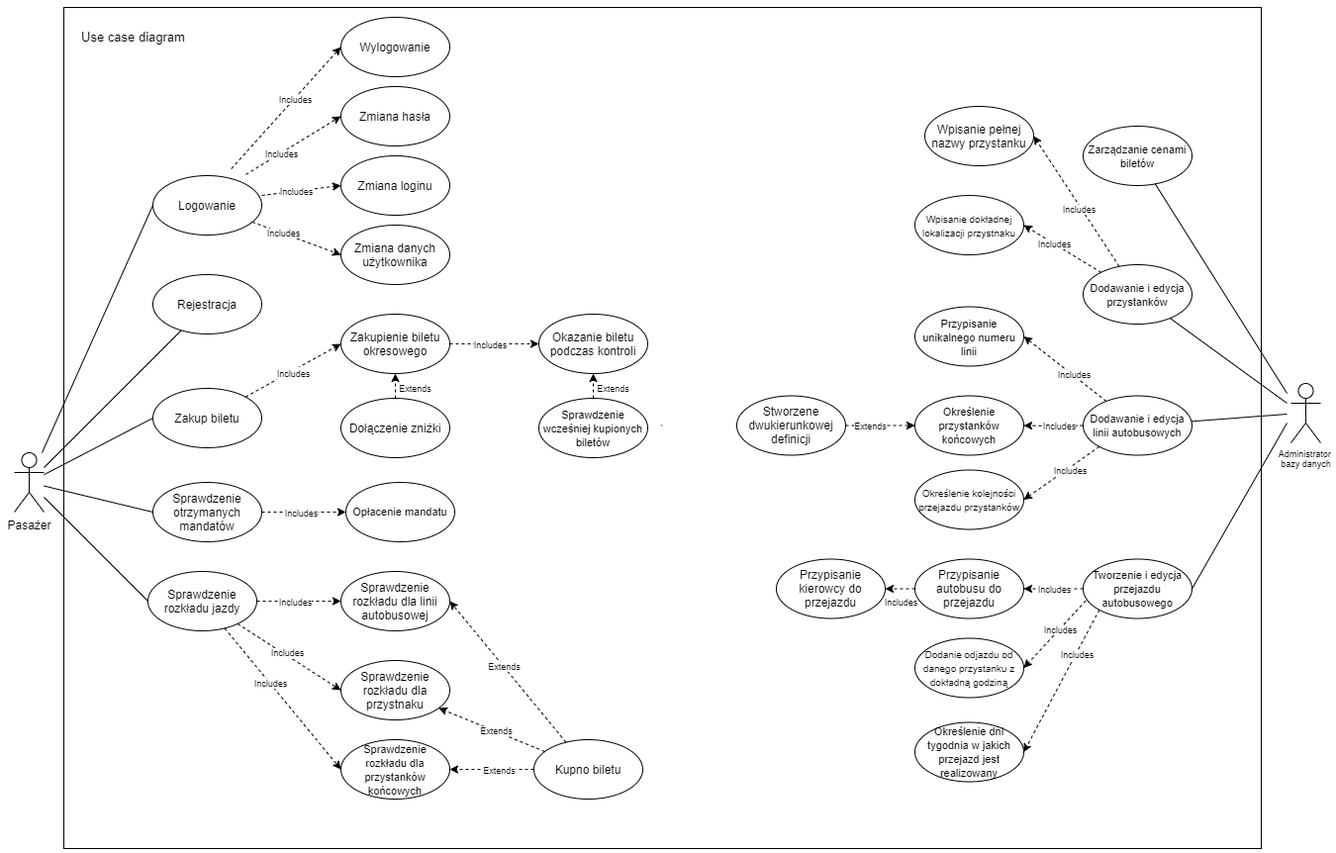
This is sql/use-case.png from lukasz-ciskowski/lm-transport, a draw.io export, as it was before one commit. Source tidied: cells renumbered, new cells last; positions are measured from the earlier drawing's top-left corner, leaving out a move shared by most shapes.
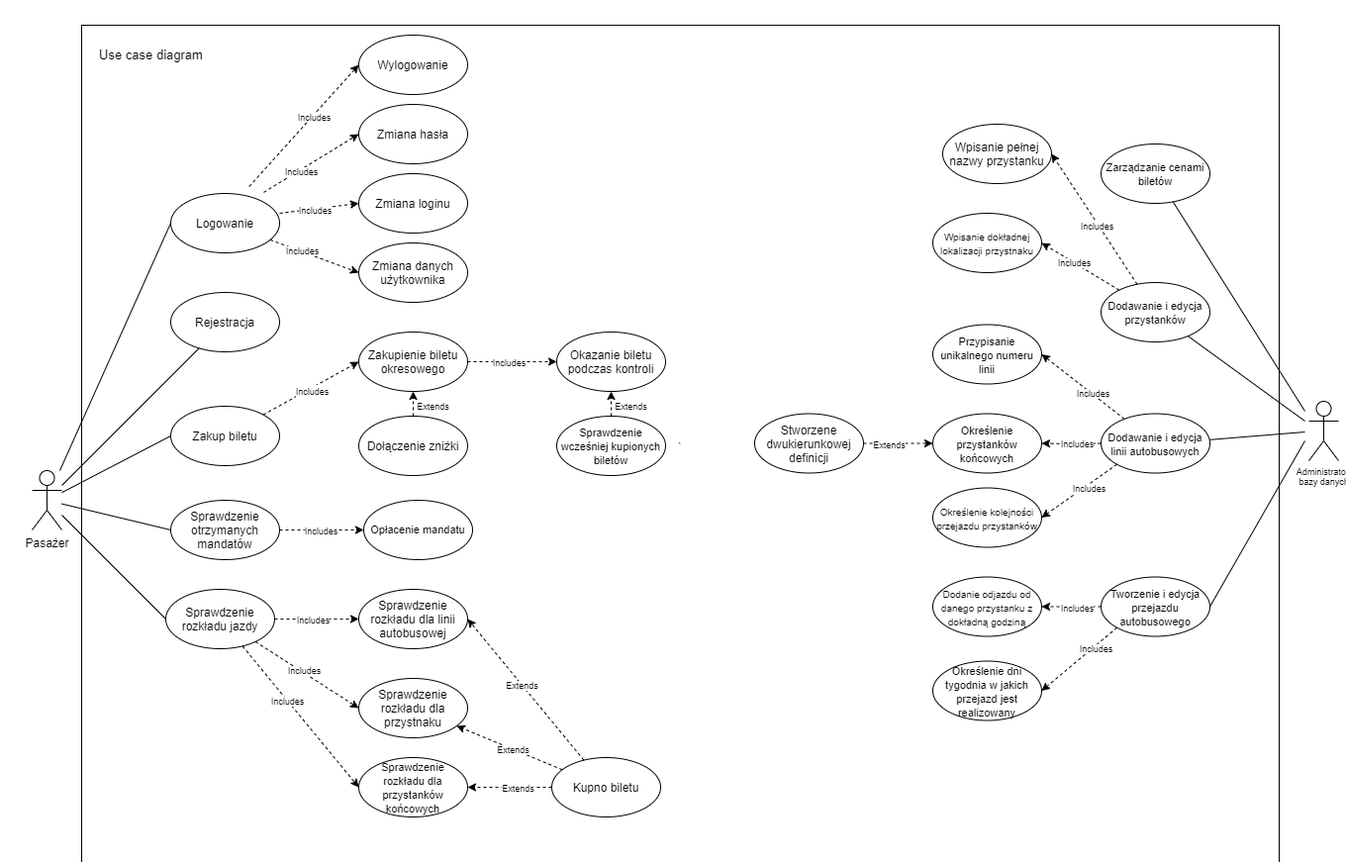
After the change.

Diff of the diagram source:
```diff
@@ -254,20 +254,12 @@
     <mxCell id="75" value="&lt;font style=&quot;font-size: 10px&quot;&gt;Wpisanie dokładnej lokalizacji przystnaku&lt;/font&gt;" style="ellipse;whiteSpace=wrap;html=1;fillColor=none;" parent="1" vertex="1">
       <mxGeometry x="910" y="190" width="110" height="60" as="geometry" />
     </mxCell>
-    <mxCell id="76" style="edgeStyle=none;rounded=0;jettySize=auto;html=1;entryX=1;entryY=0.5;entryDx=0;entryDy=0;dashed=1;endArrow=classic;endFill=1;fontSize=9;exitX=0.025;exitY=0.699;exitDx=0;exitDy=0;exitPerimeter=0;" parent="1" edge="1" source="83" target="87">
+    <mxCell id="76" style="edgeStyle=none;rounded=0;jettySize=auto;html=1;entryX=1;entryY=0.5;entryDx=0;entryDy=0;dashed=1;endArrow=classic;endFill=1;fontSize=9;exitX=0;exitY=0.5;exitDx=0;exitDy=0;" parent="1" edge="1" source="83" target="87">
       <mxGeometry relative="1" as="geometry" />
     </mxCell>
     <mxCell id="77" value="Includes" style="edgeLabel;html=1;align=center;verticalAlign=middle;fontSize=9;" parent="76" vertex="1">
       <mxGeometry x="-0.15" relative="1" as="geometry" />
     </mxCell>
-    <mxCell id="78" style="edgeStyle=none;rounded=0;jettySize=auto;html=1;entryX=1;entryY=0.5;entryDx=0;entryDy=0;dashed=1;endArrow=classic;endFill=1;fontSize=9;" parent="1" edge="1" source="83" target="86">
-      <mxGeometry relative="1" as="geometry" />
-    </mxCell>
-    <mxCell id="79" value="Includes" style="edgeLabel;html=1;align=center;verticalAlign=middle;fontSize=9;" parent="78" vertex="1">
-      <mxGeometry x="0.15" y="1" relative="1" as="geometry">
-        <mxPoint x="4.4" y="-1" as="offset" />
-      </mxGeometry>
-    </mxCell>
     <mxCell id="80" style="edgeStyle=none;rounded=0;jettySize=auto;html=1;exitX=0;exitY=1;exitDx=0;exitDy=0;entryX=1;entryY=0.5;entryDx=0;entryDy=0;dashed=1;endArrow=classic;endFill=1;fontSize=9;" parent="1" edge="1" source="83" target="93">
       <mxGeometry relative="1" as="geometry" />
     </mxCell>
@@ -282,19 +274,8 @@
     <mxCell id="83" value="&lt;span style=&quot;font-size: 11px&quot;&gt;Tworzenie i edycja przejazdu autobusowego&lt;/span&gt;" style="ellipse;whiteSpace=wrap;html=1;fillColor=none;" parent="1" vertex="1">
       <mxGeometry x="1080" y="557.5" width="110" height="60" as="geometry" />
     </mxCell>
-    <mxCell id="84" style="edgeStyle=none;rounded=0;jettySize=auto;html=1;dashed=1;endArrow=classic;endFill=1;fontSize=9;" parent="1" edge="1" source="86" target="92">
-      <mxGeometry relative="1" as="geometry" />
-    </mxCell>
-    <mxCell id="85" value="Includes" style="edgeLabel;html=1;align=center;verticalAlign=middle;fontSize=9;" parent="84" vertex="1">
-      <mxGeometry x="-0.25" y="1" relative="1" as="geometry">
-        <mxPoint x="-3" y="11.5" as="offset" />
-      </mxGeometry>
-    </mxCell>
-    <mxCell id="86" value="&lt;font style=&quot;font-size: 12px&quot;&gt;Przypisanie autobusu do przejazdu&lt;/font&gt;" style="ellipse;whiteSpace=wrap;html=1;fillColor=none;" parent="1" vertex="1">
-      <mxGeometry x="910" y="557.5" width="110" height="60" as="geometry" />
-    </mxCell>
     <mxCell id="87" value="&lt;font style=&quot;font-size: 10px&quot;&gt;Dodanie odjazdu od danego przystanku z dokładną godziną&lt;/font&gt;" style="ellipse;whiteSpace=wrap;html=1;fillColor=none;" parent="1" vertex="1">
-      <mxGeometry x="910" y="637.5" width="110" height="60" as="geometry" />
+      <mxGeometry x="910" y="557.5" width="110" height="60" as="geometry" />
     </mxCell>
     <mxCell id="88" value="&lt;font style=&quot;font-size: 10px&quot;&gt;Określenie kolejności przejazdu przystanków&lt;/font&gt;" style="ellipse;whiteSpace=wrap;html=1;fillColor=none;" parent="1" vertex="1">
       <mxGeometry x="910" y="467.5" width="110" height="60" as="geometry" />
@@ -310,11 +291,8 @@
     <mxCell id="91" value="&lt;font style=&quot;font-size: 12px&quot;&gt;Stworzene dwukierunkowej definicji&lt;/font&gt;" style="ellipse;whiteSpace=wrap;html=1;fillColor=none;" parent="1" vertex="1">
       <mxGeometry x="730" y="392.5" width="110" height="60" as="geometry" />
     </mxCell>
-    <mxCell id="92" value="&lt;font style=&quot;font-size: 12px&quot;&gt;Przypisanie kierowcy do przejazdu&lt;/font&gt;" style="ellipse;whiteSpace=wrap;html=1;fillColor=none;" parent="1" vertex="1">
-      <mxGeometry x="770" y="557.5" width="110" height="60" as="geometry" />
-    </mxCell>
     <mxCell id="93" value="&lt;font style=&quot;font-size: 11px&quot;&gt;Określenie dni tygodnia w jakich przejazd jest realizowany&lt;/font&gt;" style="ellipse;whiteSpace=wrap;html=1;fillColor=none;" parent="1" vertex="1">
-      <mxGeometry x="910" y="722.5" width="110" height="60" as="geometry" />
+      <mxGeometry x="910" y="642.5" width="110" height="60" as="geometry" />
     </mxCell>
     <mxCell id="94" style="edgeStyle=none;rounded=0;jettySize=auto;html=1;endArrow=none;endFill=0;fontSize=9;" parent="1" edge="1" source="95">
       <mxGeometry relative="1" as="geometry">
```
